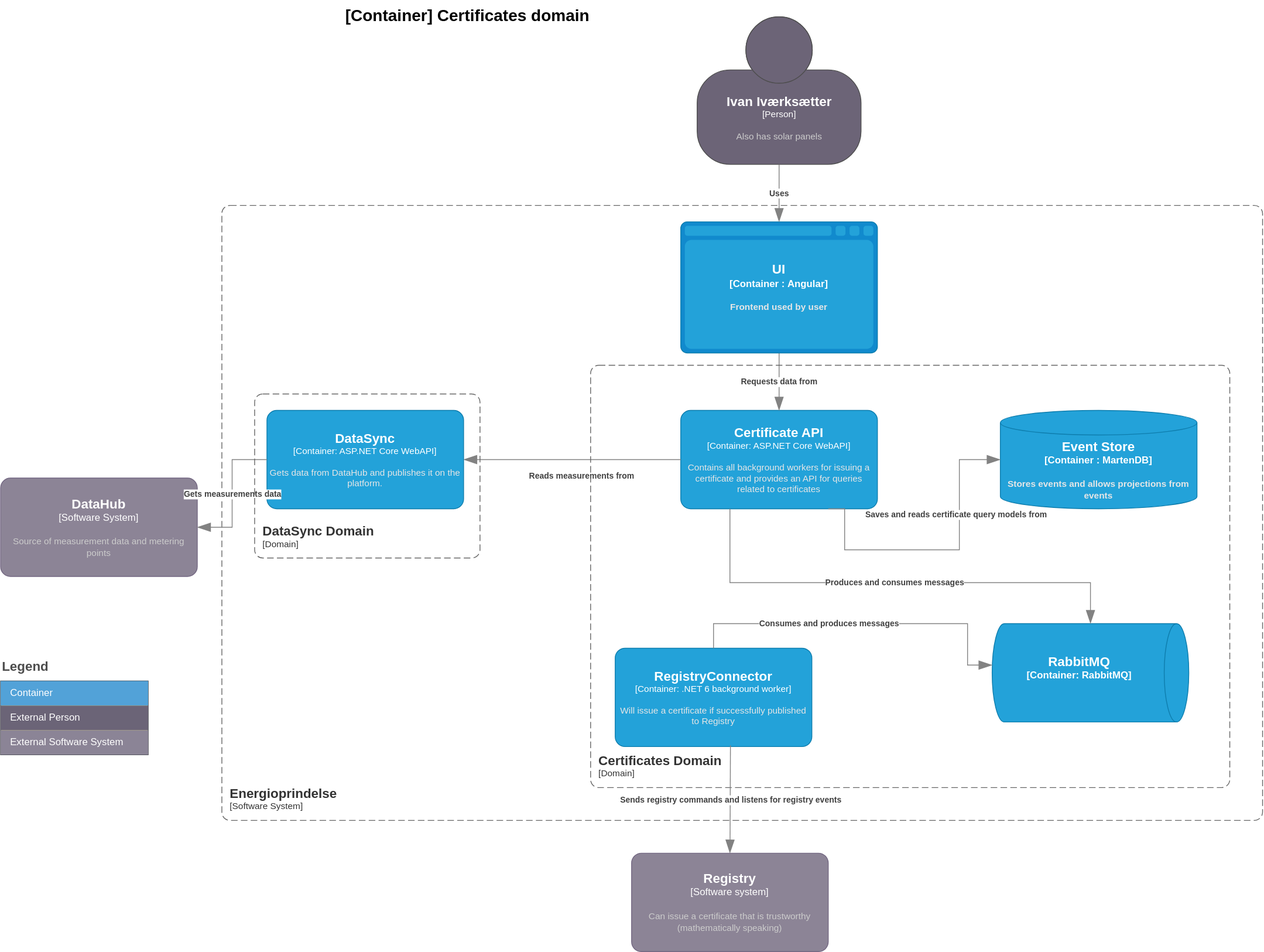
Above: doc/architecture/diagrams/certificates.current.container.drawio.svg in Energinet-DataHub/energy-origin (draw.io), before the change. Source tidied: cells renumbered, new cells last; positions are measured from the earlier drawing's top-left corner, leaving out a move shared by most shapes.
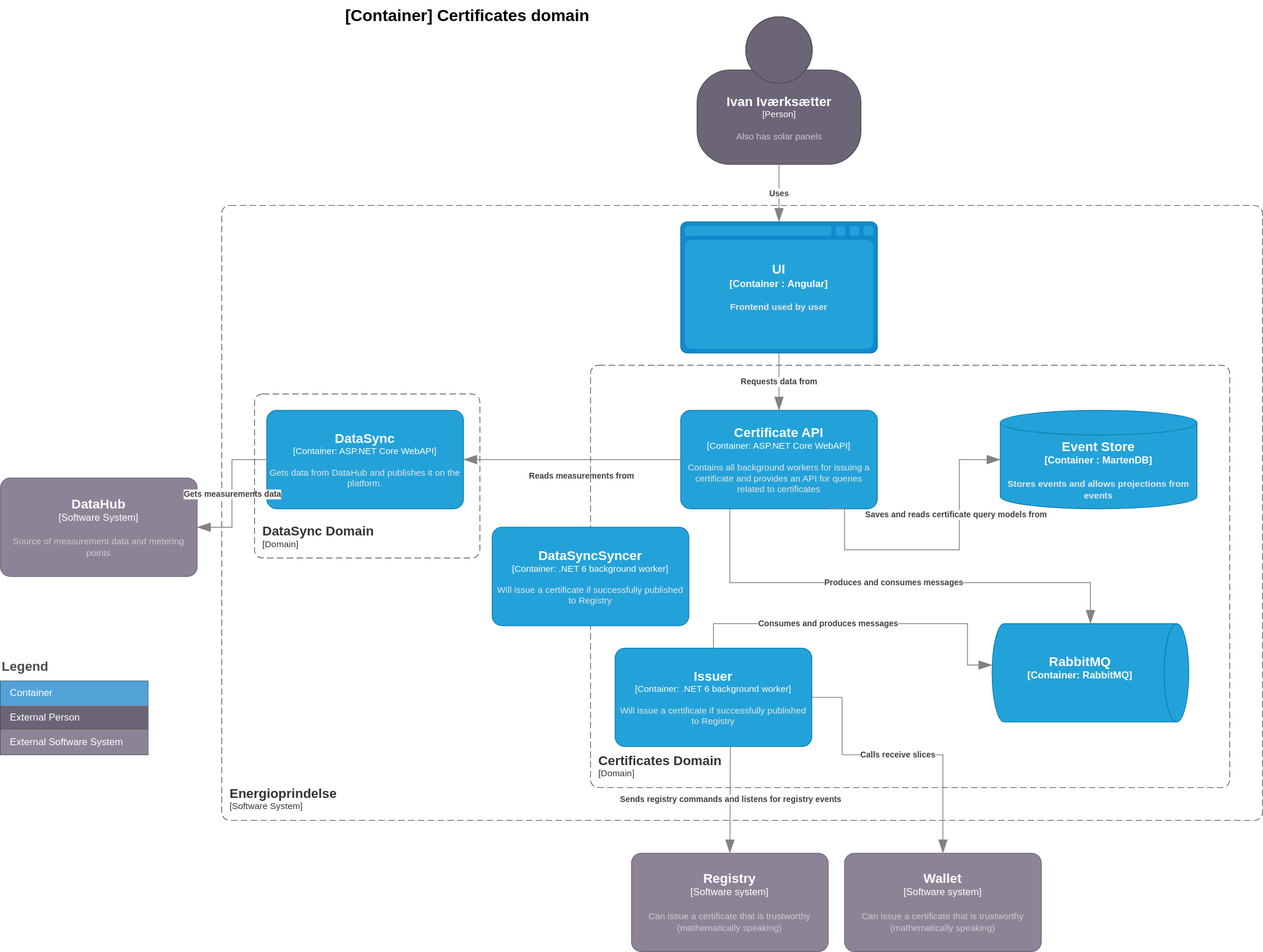
Later version of the same file.

What changed in the source:
```diff
@@ -115,7 +115,7 @@
         </mxGeometry>
       </mxCell>
     </object>
-    <object id="24" label="&lt;font style=&quot;font-size: 16px&quot;&gt;&lt;b&gt;%c4Name%&lt;/b&gt;&lt;/font&gt;&lt;div&gt;[%c4Type%: %c4Technology%]&lt;/div&gt;&lt;br&gt;&lt;div&gt;&lt;font style=&quot;font-size: 11px&quot;&gt;&lt;font color=&quot;#E6E6E6&quot;&gt;%c4Description%&lt;/font&gt;&lt;/div&gt;" c4Description="Will issue a certificate if successfully published to Registry" c4Name="RegistryConnector" c4Technology=".NET 6 background worker" c4Type="Container" placeholders="1">
+    <object id="24" label="&lt;font style=&quot;font-size: 16px&quot;&gt;&lt;b&gt;%c4Name%&lt;/b&gt;&lt;/font&gt;&lt;div&gt;[%c4Type%: %c4Technology%]&lt;/div&gt;&lt;br&gt;&lt;div&gt;&lt;font style=&quot;font-size: 11px&quot;&gt;&lt;font color=&quot;#E6E6E6&quot;&gt;%c4Description%&lt;/font&gt;&lt;/div&gt;" c4Description="Will issue a certificate if successfully published to Registry" c4Name="Issuer" c4Technology=".NET 6 background worker" c4Type="Container" placeholders="1">
       <mxCell style="rounded=1;whiteSpace=wrap;html=1;fontSize=11;labelBackgroundColor=none;fillColor=#23A2D9;fontColor=#ffffff;align=center;arcSize=10;strokeColor=#0E7DAD;points=[[0.25,0,0],[0.5,0,0],[0.75,0,0],[1,0.25,0],[1,0.5,0],[1,0.75,0],[0.75,1,0],[0.5,1,0],[0.25,1,0],[0,0.75,0],[0,0.5,0],[0,0.25,0]];" parent="1" vertex="1">
         <mxGeometry x="750" y="790" width="240" height="120" as="geometry" />
       </mxCell>
@@ -141,5 +141,26 @@
         </mxGeometry>
       </mxCell>
     </object>
+    <object id="28" label="&lt;font style=&quot;font-size: 16px&quot;&gt;&lt;b&gt;%c4Name%&lt;/b&gt;&lt;/font&gt;&lt;div&gt;[%c4Type%]&lt;/div&gt;&lt;br&gt;&lt;div&gt;&lt;font style=&quot;font-size: 11px&quot;&gt;&lt;font color=&quot;#cccccc&quot;&gt;%c4Description%&lt;/font&gt;&lt;/div&gt;" c4Description="Can issue a certificate that is trustworthy (mathematically speaking)" c4Name="Wallet" c4Type="Software system" placeholders="1">
+      <mxCell style="rounded=1;whiteSpace=wrap;html=1;labelBackgroundColor=none;fillColor=#8C8496;fontColor=#ffffff;align=center;arcSize=10;strokeColor=#736782;points=[[0.25,0,0],[0.5,0,0],[0.75,0,0],[1,0.25,0],[1,0.5,0],[1,0.75,0],[0.75,1,0],[0.5,1,0],[0.25,1,0],[0,0.75,0],[0,0.5,0],[0,0.25,0]];" parent="1" vertex="1">
+        <mxGeometry x="1030" y="1040" width="240" height="120" as="geometry" />
+      </mxCell>
+    </object>
+    <object id="29" label="&lt;div style=&quot;text-align: left&quot;&gt;&lt;div style=&quot;text-align: center&quot;&gt;&lt;b&gt;%c4Description%&lt;/b&gt;&lt;/div&gt;" c4Description="Calls receive slices" c4Type="Relationship" placeholders="1">
+      <mxCell style="endArrow=blockThin;html=1;fontSize=10;fontColor=#404040;strokeWidth=1;endFill=1;strokeColor=#828282;elbow=vertical;endSize=14;startSize=14;jumpStyle=arc;jumpSize=16;rounded=0;edgeStyle=orthogonalEdgeStyle;exitX=1;exitY=0.5;exitDx=0;exitDy=0;exitPerimeter=0;entryX=0.5;entryY=0;entryDx=0;entryDy=0;entryPerimeter=0;" parent="1" edge="1" source="24" target="28">
+        <mxGeometry relative="1" as="geometry">
+          <Array as="points">
+            <mxPoint x="1027" y="850" />
+            <mxPoint x="1027" y="920" />
+            <mxPoint x="1150" y="920" />
+          </Array>
+        </mxGeometry>
+      </mxCell>
+    </object>
+    <object id="30" label="&lt;font style=&quot;font-size: 16px&quot;&gt;&lt;b&gt;%c4Name%&lt;/b&gt;&lt;/font&gt;&lt;div&gt;[%c4Type%: %c4Technology%]&lt;/div&gt;&lt;br&gt;&lt;div&gt;&lt;font style=&quot;font-size: 11px&quot;&gt;&lt;font color=&quot;#E6E6E6&quot;&gt;%c4Description%&lt;/font&gt;&lt;/div&gt;" c4Description="Will issue a certificate if successfully published to Registry" c4Name="DataSyncSyncer" c4Technology=".NET 6 background worker" c4Type="Container" placeholders="1">
+      <mxCell style="rounded=1;whiteSpace=wrap;html=1;fontSize=11;labelBackgroundColor=none;fillColor=#23A2D9;fontColor=#ffffff;align=center;arcSize=10;strokeColor=#0E7DAD;" parent="1" vertex="1">
+        <mxGeometry x="600" y="642.5" width="240" height="120" as="geometry" />
+      </mxCell>
+    </object>
   </root>
 </mxGraphModel>
```
